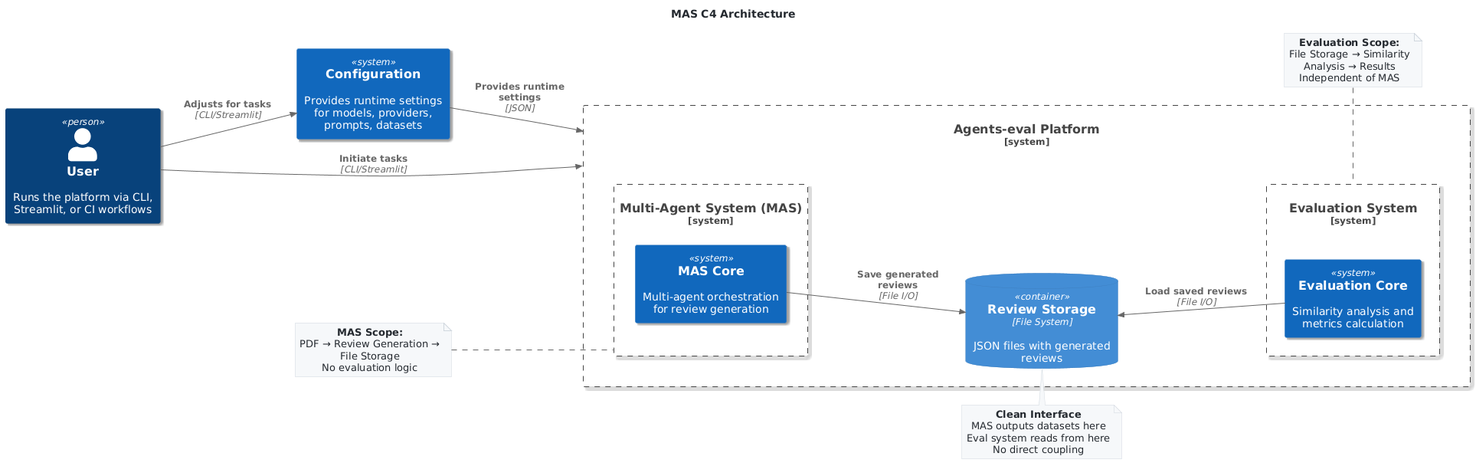
This is assets/images/MAS-C4-Overview-light.png from qte77/Agents-eval, a PlantUML export, as it was before one commit. Its diagram source:
```plantuml
@startuml
title MAS C4 Architecture

!include https://raw.githubusercontent.com/qte77/Agents-eval/refs/heads/docs-update/docs/arch_vis/styles/github-light.puml

!include https://raw.githubusercontent.com/plantuml-stdlib/C4-PlantUML/master/C4_Component.puml


LAYOUT_LEFT_RIGHT()

Person(user, "User", "Runs the platform via CLI, Streamlit, or CI workflows")
System(config, "Configuration", "Provides runtime settings for models, providers, prompts, datasets")

System_Boundary(agents_eval, "Agents-eval Platform") {

    System_Boundary(mas_boundary, "Multi-Agent System (MAS)") {
        System(mas_core, "MAS Core", "Multi-agent orchestration for review generation")
    }
    ContainerDb(datasets, "Review Storage", "File System", "JSON files with generated reviews")
    System_Boundary(eval_boundary, "Evaluation System") {
        System(eval_core, "Evaluation Core", "Similarity analysis and metrics calculation")
    }

    mas_boundary-[hidden]-> datasets
    datasets-[hidden]-> eval_core
}

Rel(user, agents_eval, "Initiate tasks", "CLI/Streamlit")
Rel(user, config, "Adjusts for tasks", "CLI/Streamlit")
Rel(config, agents_eval, "Provides runtime settings", "JSON")

Rel(mas_core, datasets, "Save generated reviews", "File I/O")
Rel(eval_core, datasets, "Load saved reviews", "File I/O")

note left of mas_boundary : **MAS Scope:**\nPDF → Review Generation → File Storage\nNo evaluation logic
note top of datasets: **Clean Interface**\nMAS outputs datasets here\nEval system reads from here\nNo direct coupling
note top of eval_boundary : **Evaluation Scope:**\nFile Storage → Similarity Analysis → Results\nIndependent of MAS

@enduml
```
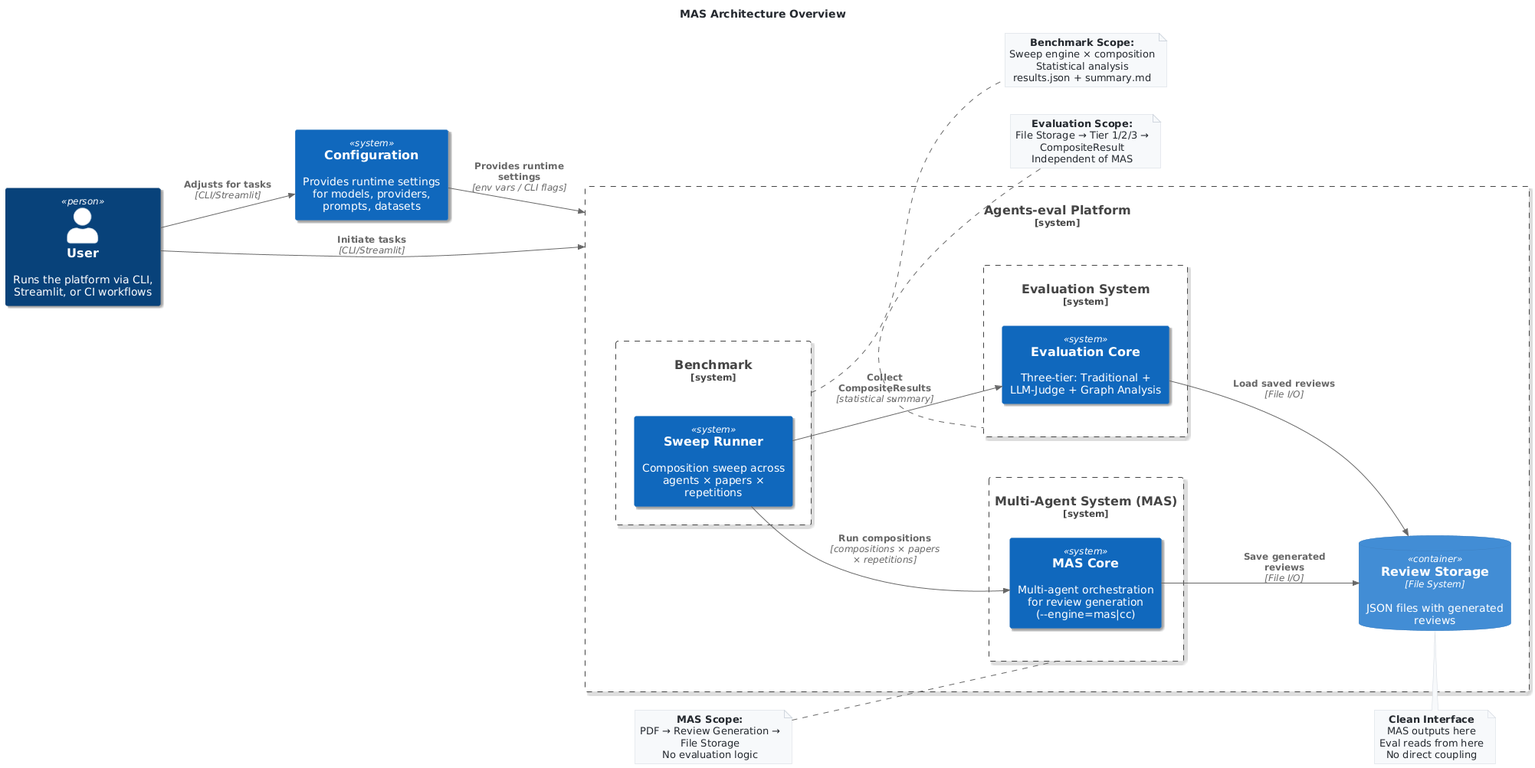
Later version of the same file.

Diff of the diagram source:
```diff
@@ -1,9 +1,10 @@
-@startuml
-title MAS C4 Architecture
+@startuml MAS-C4-Overview
+title MAS Architecture Overview
 
-!include https://raw.githubusercontent.com/qte77/Agents-eval/refs/heads/docs-update/docs/arch_vis/styles/github-light.puml
-
-!include https://raw.githubusercontent.com/plantuml-stdlib/C4-PlantUML/master/C4_Component.puml
+!log Current 'STYLE' dvar: STYLE
+!log About to include: styles/github-STYLE.puml
+!include styles/github-STYLE.puml
+!include external/C4_Component.puml
 
 
 LAYOUT_LEFT_RIGHT()
@@ -14,26 +15,34 @@
 System_Boundary(agents_eval, "Agents-eval Platform") {
 
     System_Boundary(mas_boundary, "Multi-Agent System (MAS)") {
-        System(mas_core, "MAS Core", "Multi-agent orchestration for review generation")
+        System(mas_core, "MAS Core", "Multi-agent orchestration for review generation\n(--engine=mas|cc)")
     }
     ContainerDb(datasets, "Review Storage", "File System", "JSON files with generated reviews")
+    System_Boundary(benchmark_boundary, "Benchmark") {
+        System(benchmark_core, "Sweep Runner", "Composition sweep across agents × papers × repetitions")
+    }
     System_Boundary(eval_boundary, "Evaluation System") {
-        System(eval_core, "Evaluation Core", "Similarity analysis and metrics calculation")
+        System(eval_core, "Evaluation Core", "Three-tier: Traditional + LLM-Judge + Graph Analysis")
     }
 
     mas_boundary-[hidden]-> datasets
-    datasets-[hidden]-> eval_core
+    datasets-[hidden]-> benchmark_boundary
+    benchmark_boundary-[hidden]-> eval_boundary
 }
 
 Rel(user, agents_eval, "Initiate tasks", "CLI/Streamlit")
 Rel(user, config, "Adjusts for tasks", "CLI/Streamlit")
-Rel(config, agents_eval, "Provides runtime settings", "JSON")
+Rel(config, agents_eval, "Provides runtime settings", "env vars / CLI flags")
 
 Rel(mas_core, datasets, "Save generated reviews", "File I/O")
 Rel(eval_core, datasets, "Load saved reviews", "File I/O")
+Rel(benchmark_core, mas_core, "Run compositions", "compositions × papers × repetitions")
+Rel(benchmark_core, eval_core, "Collect CompositeResults", "statistical summary")
 
 note left of mas_boundary : **MAS Scope:**\nPDF → Review Generation → File Storage\nNo evaluation logic
-note top of datasets: **Clean Interface**\nMAS outputs datasets here\nEval system reads from here\nNo direct coupling
-note top of eval_boundary : **Evaluation Scope:**\nFile Storage → Similarity Analysis → Results\nIndependent of MAS
+note top of datasets: **Clean Interface**\nMAS outputs here\nEval reads from here\nNo direct coupling
+note right of benchmark_boundary : **Benchmark Scope:**\nSweep engine × composition\nStatistical analysis\nresults.json + summary.md
+note top of eval_boundary : **Evaluation Scope:**\nFile Storage → Tier 1/2/3 → CompositeResult\nIndependent of MAS
+
 
 @enduml
```
